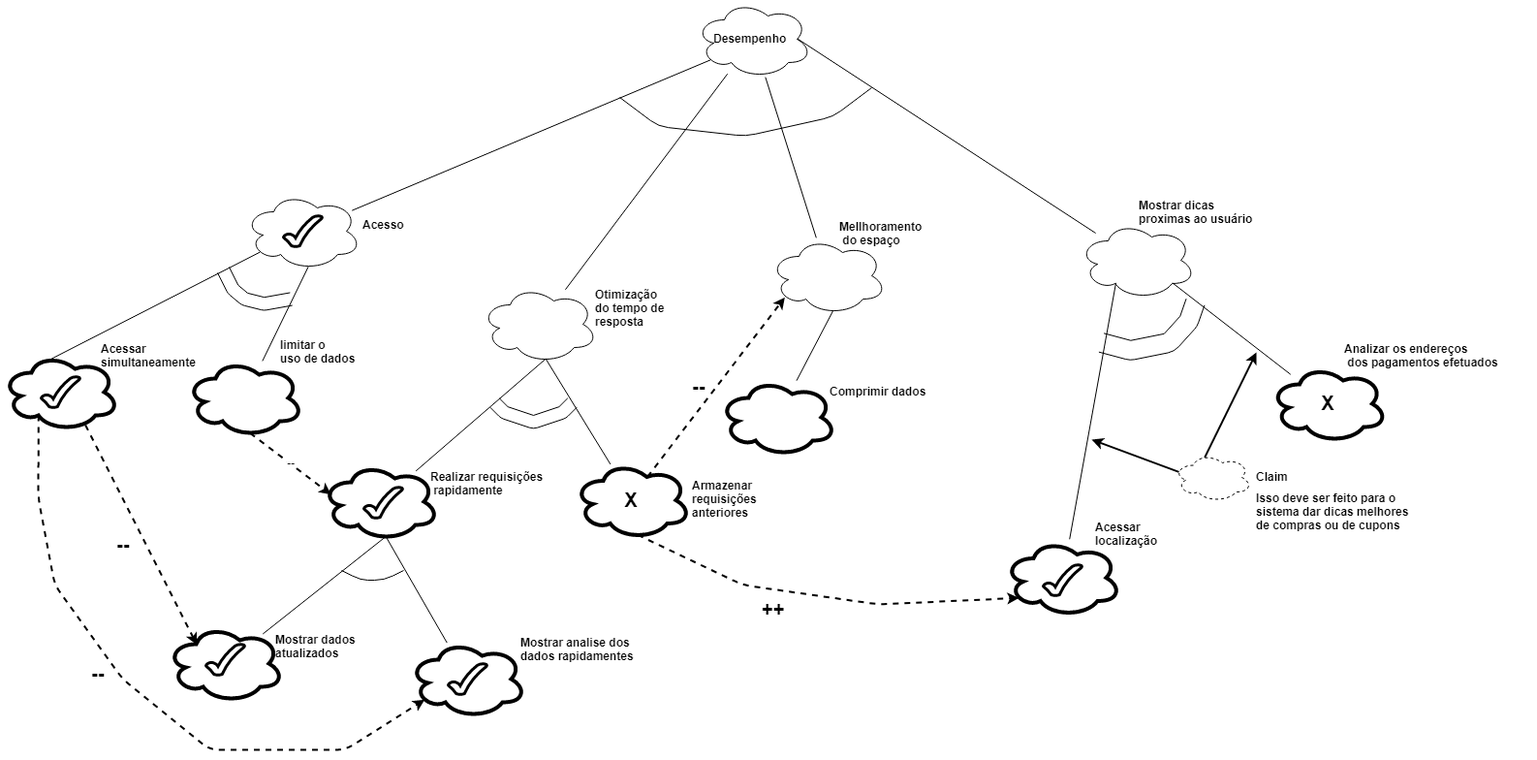
Earlier version of the draw.io export docs/img/nfr/nfr_desempenho_v2_fb.png (fga-disciplinas/2019.1-Guia-Bolso). Source tidied: cells renumbered, new cells last; positions are measured from the earlier drawing's top-left corner, leaving out a move shared by most shapes.
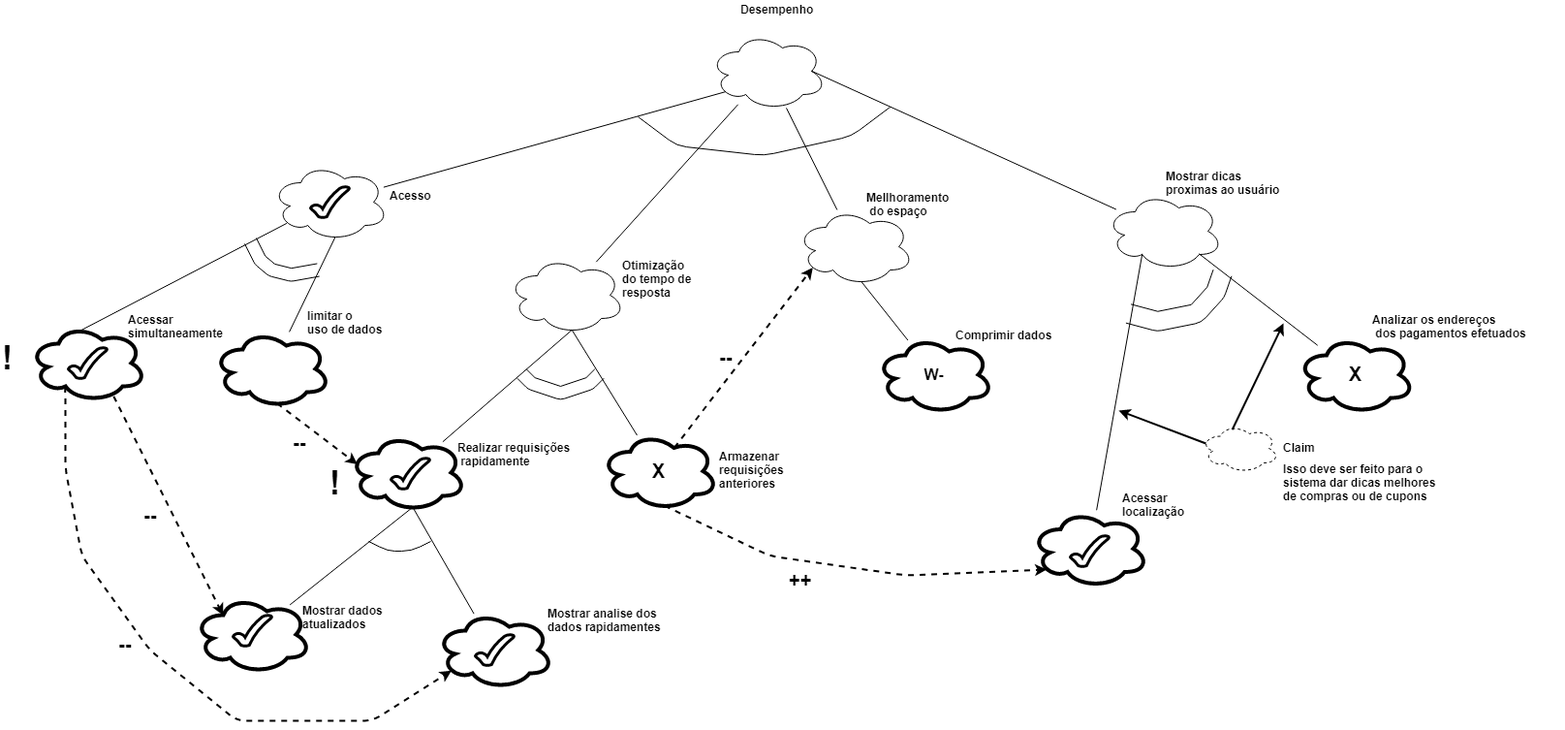
Later version of the same file.

Commit message:
Alteração nfr 02

Diff of the diagram source:
```diff
@@ -3,7 +3,7 @@
     <mxCell id="0" />
     <mxCell id="1" parent="0" />
     <mxCell id="2" style="ellipse;shape=cloud;whiteSpace=wrap;html=1;strokeWidth=1;fontStyle=1;fontSize=12;" parent="1" vertex="1">
-      <mxGeometry x="715" width="120" height="80" as="geometry" />
+      <mxGeometry x="702" y="63" width="120" height="80" as="geometry" />
     </mxCell>
     <mxCell id="3" value="&lt;span style=&quot;font-size: 12px;&quot;&gt;Desempenho&amp;nbsp;&lt;/span&gt;&lt;br style=&quot;font-size: 12px;&quot;&gt;" style="text;html=1;align=left;verticalAlign=top;spacingTop=-4;fontSize=12;fontStyle=1;" parent="1" vertex="1">
       <mxGeometry x="732" y="30" width="130" height="20" as="geometry" />
@@ -182,7 +182,7 @@
         </Array>
       </mxGeometry>
     </mxCell>
-    <mxCell id="51" value="&lt;span style=&quot;font-size: 12px;&quot;&gt;&lt;font style=&quot;font-size: 12px;&quot;&gt;--&lt;/font&gt;&lt;/span&gt;" style="endArrow=classic;html=1;entryX=0.07;entryY=0.4;entryDx=0;entryDy=0;entryPerimeter=0;exitX=0.55;exitY=0.95;exitDx=0;exitDy=0;exitPerimeter=0;fontSize=12;dashed=1;strokeWidth=2;fontStyle=1;" parent="1" edge="1" source="45" target="6">
+    <mxCell id="51" style="endArrow=classic;html=1;entryX=0.07;entryY=0.4;entryDx=0;entryDy=0;entryPerimeter=0;exitX=0.55;exitY=0.95;exitDx=0;exitDy=0;exitPerimeter=0;fontSize=12;dashed=1;strokeWidth=2;fontStyle=1;" parent="1" edge="1" source="45" target="6">
       <mxGeometry x="-0.01" y="2" relative="1" as="geometry" />
     </mxCell>
     <mxCell id="52" style="endArrow=classic;html=1;entryX=0.25;entryY=0.25;entryDx=0;entryDy=0;entryPerimeter=0;exitX=0.718;exitY=0.923;exitDx=0;exitDy=0;exitPerimeter=0;fontSize=12;dashed=1;strokeWidth=2;fontStyle=1;" parent="1" edge="1" source="42" target="15">
@@ -193,8 +193,8 @@
         <mxPoint x="1294" y="363" as="targetPoint" />
       </mxGeometry>
     </mxCell>
-    <mxCell id="54" style="ellipse;shape=cloud;whiteSpace=wrap;html=1;strokeWidth=4;fontStyle=1;fontSize=12;" parent="1" vertex="1">
-      <mxGeometry x="740" y="390" width="120" height="80" as="geometry" />
+    <mxCell id="54" value="&lt;font style=&quot;font-size: 16px&quot;&gt;W-&lt;/font&gt;" style="ellipse;shape=cloud;whiteSpace=wrap;html=1;strokeWidth=4;fontStyle=1;fontSize=12;" parent="1" vertex="1">
+      <mxGeometry x="874" y="376" width="120" height="80" as="geometry" />
     </mxCell>
     <mxCell id="55" value="&lt;font style=&quot;font-size: 20px&quot;&gt;--&lt;/font&gt;&lt;br style=&quot;font-size: 12px&quot;&gt;" style="text;html=1;align=left;verticalAlign=top;spacingTop=-4;fontSize=12;fontStyle=1;" parent="1" vertex="1">
       <mxGeometry x="710" y="384" width="30" height="20" as="geometry" />
@@ -226,12 +226,12 @@
     </mxCell>
     <mxCell id="60" style="endArrow=none;html=1;strokeWidth=1;fontSize=12;fontStyle=1;" parent="1" edge="1">
       <mxGeometry relative="1" as="geometry">
-        <mxPoint x="637" y="100" as="sourcePoint" />
-        <mxPoint x="897" y="90" as="targetPoint" />
+        <mxPoint x="628" y="150" as="sourcePoint" />
+        <mxPoint x="888" y="140" as="targetPoint" />
         <Array as="points">
-          <mxPoint x="677" y="130" />
-          <mxPoint x="767" y="140" />
-          <mxPoint x="857" y="120" />
+          <mxPoint x="668" y="180" />
+          <mxPoint x="758" y="190" />
+          <mxPoint x="848" y="170" />
         </Array>
       </mxGeometry>
     </mxCell>
@@ -245,13 +245,22 @@
       <mxGeometry x="90" y="680" width="30" height="20" as="geometry" />
     </mxCell>
     <mxCell id="64" value="Comprimir dados&lt;br style=&quot;font-size: 12px&quot;&gt;" style="text;html=1;align=left;verticalAlign=top;spacingTop=-4;fontSize=12;fontStyle=1;" parent="1" vertex="1">
-      <mxGeometry x="852" y="394" width="110" height="20" as="geometry" />
+      <mxGeometry x="954" y="365.5" width="110" height="20" as="geometry" />
     </mxCell>
     <mxCell id="65" style="verticalLabelPosition=bottom;verticalAlign=top;html=1;shape=mxgraph.basic.tick;strokeWidth=3;fillColor=none;fontSize=12;fontStyle=1;" parent="1" vertex="1">
       <mxGeometry x="1074" y="582" width="40" height="32" as="geometry" />
     </mxCell>
+    <mxCell id="67" value="&lt;font style=&quot;font-size: 34px&quot;&gt;&lt;b&gt;!&lt;/b&gt;&lt;/font&gt;" style="text;html=1;align=left;verticalAlign=top;spacingTop=-4;" parent="1" vertex="1">
+      <mxGeometry x="308" y="505" width="30" height="20" as="geometry" />
+    </mxCell>
+    <mxCell id="68" value="&lt;font style=&quot;font-size: 34px&quot;&gt;&lt;b&gt;!&lt;/b&gt;&lt;/font&gt;" style="text;html=1;align=left;verticalAlign=top;spacingTop=-4;" parent="1" vertex="1">
+      <mxGeometry x="-30" y="376" width="30" height="20" as="geometry" />
+    </mxCell>
     <mxCell id="66" style="verticalLabelPosition=bottom;verticalAlign=top;html=1;shape=mxgraph.basic.tick;strokeWidth=3;fillColor=none;fontSize=12;fontStyle=1;" parent="1" vertex="1">
       <mxGeometry x="40" y="388" width="40" height="32" as="geometry" />
     </mxCell>
+    <mxCell id="69" value="&lt;font style=&quot;font-size: 20px&quot;&gt;--&lt;/font&gt;&lt;br style=&quot;font-size: 12px&quot;&gt;" style="text;html=1;align=left;verticalAlign=top;spacingTop=-4;fontSize=12;fontStyle=1;" parent="1" vertex="1">
+      <mxGeometry x="270" y="472" width="30" height="20" as="geometry" />
+    </mxCell>
   </root>
 </mxGraphModel>
```
